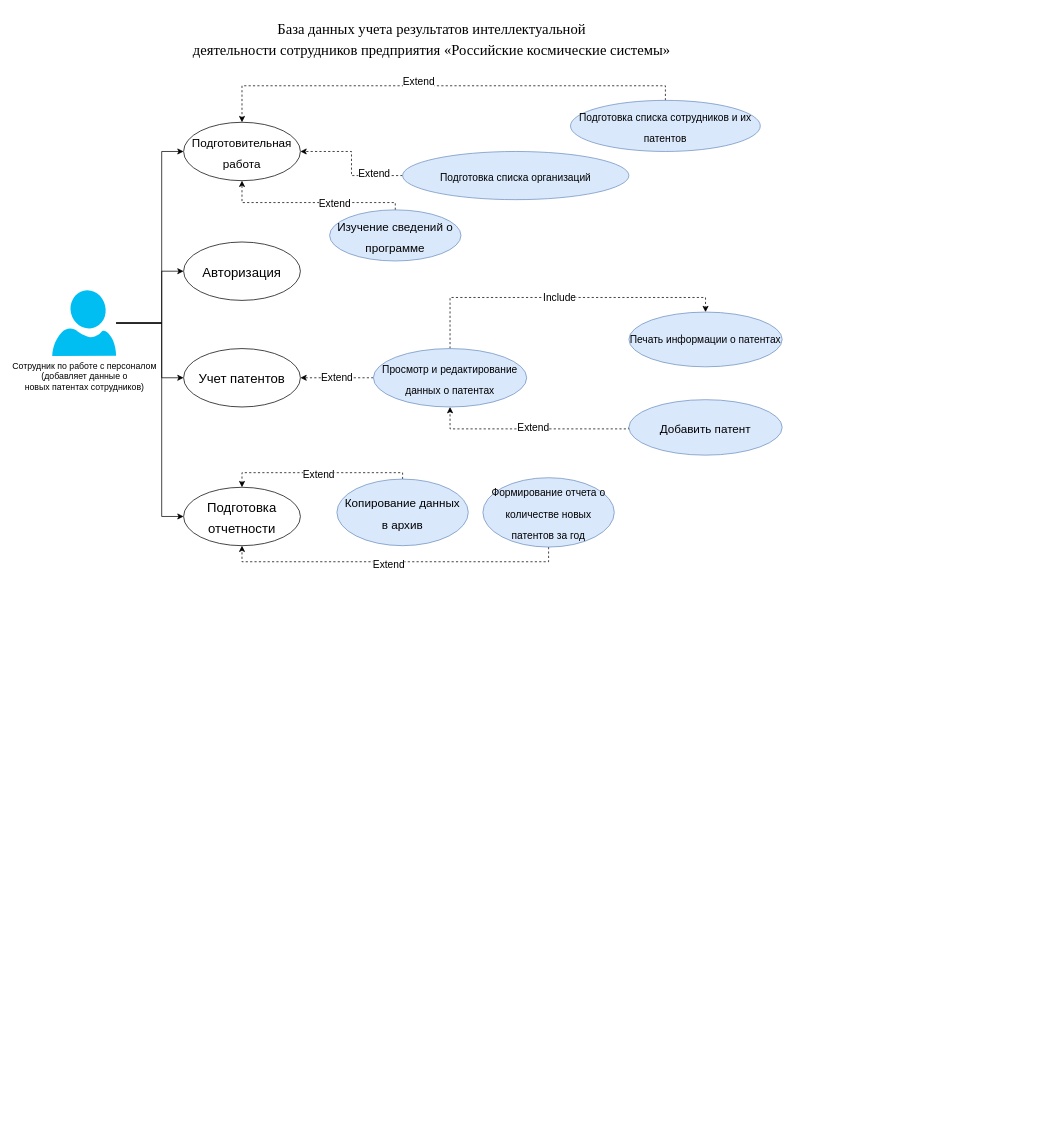
Earlier version of the draw.io diagram BD_Lab2-2.drawio (lexa-pnz/BD_Scheme). Source tidied: cells renumbered, new cells numbered last; positions are measured from the earlier drawing's top-left corner, leaving out a move shared by most shapes. Both pictures are drawn from the tidied source at 73%, with x=0, y=0 at pixel (52, 12).
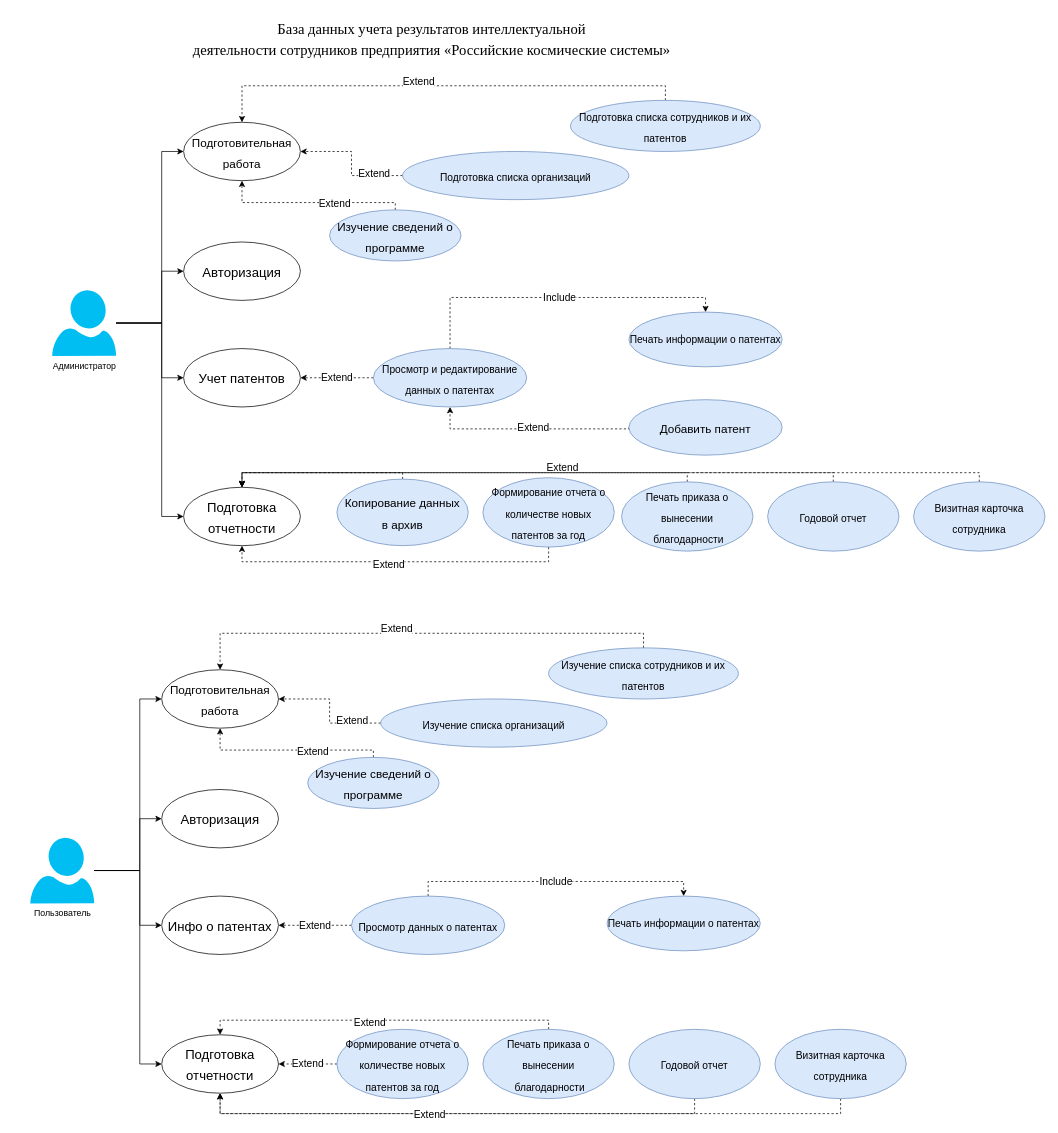
Above is the later version.

Unchanged cells that the change refers to:
```xml
<mxCell id="9" value="&lt;font style=&quot;font-size: 18px&quot;&gt;Подготовка отчетности&lt;/font&gt;" style="ellipse;whiteSpace=wrap;html=1;fontSize=24;" parent="1" vertex="1">
  <mxGeometry x="180" y="650" width="160" height="80" as="geometry" />
</mxCell>
<mxCell id="22" value="&lt;span style=&quot;font-size: 16px&quot;&gt;Копирование данных &lt;br&gt;в архив&lt;/span&gt;" style="ellipse;whiteSpace=wrap;html=1;fontSize=24;fillColor=#dae8fc;strokeColor=#6c8ebf;" parent="1" vertex="1">
  <mxGeometry x="390" y="638.8" width="180" height="91.2" as="geometry" />
</mxCell>
```

Change to the diagram source:
```diff
@@
-    <mxCell id="6" value="Сотрудник по работе с персоналом&lt;br&gt;(добавляет данные о &lt;br&gt;новых патентах сотрудников)" style="verticalLabelPosition=bottom;html=1;verticalAlign=top;align=center;strokeColor=none;fillColor=#00BEF2;shape=mxgraph.azure.user;" parent="1" vertex="1">
+    <mxCell id="6" value="Администратор" style="verticalLabelPosition=bottom;html=1;verticalAlign=top;align=center;strokeColor=none;fillColor=#00BEF2;shape=mxgraph.azure.user;" parent="1" vertex="1">
       <mxGeometry y="380" width="87.5" height="90" as="geometry" />
     </mxCell>
@@
     <mxCell id="21" value="&lt;font style=&quot;font-size: 14px&quot;&gt;Extend&lt;/font&gt;" style="edgeStyle=orthogonalEdgeStyle;rounded=0;jettySize=auto;html=1;entryX=0.5;entryY=0;entryDx=0;entryDy=0;dashed=1;fontSize=24;" parent="1" edge="1" source="22" target="9">
-      <mxGeometry relative="1" as="geometry">
+      <mxGeometry x="-0.93" y="-220" relative="1" as="geometry">
         <Array as="points">
           <mxPoint x="480" y="630" />
           <mxPoint x="260" y="630" />
         </Array>
+        <mxPoint x="219" y="210" as="offset" />
       </mxGeometry>
     </mxCell>
@@
+    <mxCell id="33" style="edgeStyle=orthogonalEdgeStyle;rounded=0;jettySize=auto;html=1;entryX=0;entryY=0.5;entryDx=0;entryDy=0;fontSize=24;" parent="1" edge="1" source="37" target="38">
+      <mxGeometry relative="1" as="geometry">
+        <Array as="points">
+          <mxPoint x="120" y="1175" />
+          <mxPoint x="120" y="1104" />
+        </Array>
+      </mxGeometry>
+    </mxCell>
+    <mxCell id="34" style="edgeStyle=orthogonalEdgeStyle;rounded=0;jettySize=auto;html=1;entryX=0;entryY=0.5;entryDx=0;entryDy=0;fontSize=24;" parent="1" edge="1" source="37" target="40">
+      <mxGeometry relative="1" as="geometry">
+        <Array as="points">
+          <mxPoint x="120" y="1175" />
+          <mxPoint x="120" y="940" />
+        </Array>
+      </mxGeometry>
+    </mxCell>
+    <mxCell id="35" style="edgeStyle=orthogonalEdgeStyle;rounded=0;jettySize=auto;html=1;entryX=0;entryY=0.5;entryDx=0;entryDy=0;fontSize=24;" parent="1" edge="1" source="37" target="41">
+      <mxGeometry relative="1" as="geometry">
+        <Array as="points">
+          <mxPoint x="120" y="1175" />
+          <mxPoint x="120" y="1250" />
+        </Array>
+      </mxGeometry>
+    </mxCell>
+    <mxCell id="36" style="edgeStyle=orthogonalEdgeStyle;rounded=0;jettySize=auto;html=1;entryX=0;entryY=0.5;entryDx=0;entryDy=0;fontSize=24;" parent="1" edge="1" source="37" target="39">
+      <mxGeometry relative="1" as="geometry">
+        <Array as="points">
+          <mxPoint x="120" y="1175" />
+          <mxPoint x="120" y="1440" />
+        </Array>
+      </mxGeometry>
+    </mxCell>
+    <mxCell id="37" value="Пользователь" style="verticalLabelPosition=bottom;html=1;verticalAlign=top;align=center;strokeColor=none;fillColor=#00BEF2;shape=mxgraph.azure.user;" parent="1" vertex="1">
+      <mxGeometry x="-30" y="1130" width="87.5" height="90" as="geometry" />
+    </mxCell>
+    <mxCell id="38" value="&lt;font style=&quot;font-size: 18px&quot;&gt;Авторизация&lt;/font&gt;" style="ellipse;whiteSpace=wrap;html=1;fontSize=24;" parent="1" vertex="1">
+      <mxGeometry x="150" y="1064" width="160" height="80" as="geometry" />
+    </mxCell>
+    <mxCell id="39" value="&lt;font style=&quot;font-size: 18px&quot;&gt;Подготовка отчетности&lt;/font&gt;" style="ellipse;whiteSpace=wrap;html=1;fontSize=24;" parent="1" vertex="1">
+      <mxGeometry x="150" y="1400" width="160" height="80" as="geometry" />
+    </mxCell>
+    <mxCell id="40" value="&lt;font style=&quot;font-size: 16px&quot;&gt;Подготовительная работа&lt;/font&gt;" style="ellipse;whiteSpace=wrap;html=1;fontSize=24;" parent="1" vertex="1">
+      <mxGeometry x="150" y="900" width="160" height="80" as="geometry" />
+    </mxCell>
+    <mxCell id="41" value="&lt;font style=&quot;font-size: 18px&quot;&gt;Инфо о патентах&lt;/font&gt;" style="ellipse;whiteSpace=wrap;html=1;fontSize=24;" parent="1" vertex="1">
+      <mxGeometry x="150" y="1210" width="160" height="80" as="geometry" />
+    </mxCell>
+    <mxCell id="42" style="edgeStyle=orthogonalEdgeStyle;rounded=0;jettySize=auto;html=1;entryX=1;entryY=0.5;entryDx=0;entryDy=0;dashed=1;fontSize=24;" parent="1" edge="1" source="44" target="40">
+      <mxGeometry relative="1" as="geometry" />
+    </mxCell>
+    <mxCell id="43" value="&lt;font style=&quot;font-size: 14px&quot;&gt;Extend&lt;/font&gt;" style="edgeLabel;html=1;align=center;verticalAlign=middle;fontSize=24;" parent="42" vertex="1">
+      <mxGeometry x="-0.54" relative="1" as="geometry">
+        <mxPoint y="-7" as="offset" />
+      </mxGeometry>
+    </mxCell>
+    <mxCell id="44" value="&lt;span style=&quot;font-size: 14px&quot;&gt;Изучение списка организаций&lt;/span&gt;" style="ellipse;whiteSpace=wrap;html=1;fontSize=24;fillColor=#dae8fc;strokeColor=#6c8ebf;" parent="1" vertex="1">
+      <mxGeometry x="450" y="940" width="310" height="66" as="geometry" />
+    </mxCell>
+    <mxCell id="45" style="edgeStyle=orthogonalEdgeStyle;rounded=0;jettySize=auto;html=1;entryX=0.5;entryY=1;entryDx=0;entryDy=0;dashed=1;fontSize=24;" parent="1" edge="1" source="47" target="40">
+      <mxGeometry relative="1" as="geometry">
+        <Array as="points">
+          <mxPoint x="440" y="1010" />
+          <mxPoint x="230" y="1010" />
+        </Array>
+      </mxGeometry>
+    </mxCell>
+    <mxCell id="46" value="&lt;font style=&quot;font-size: 14px&quot;&gt;Extend&lt;/font&gt;" style="edgeLabel;html=1;align=center;verticalAlign=middle;fontSize=24;" parent="45" vertex="1">
+      <mxGeometry x="-0.25" y="-2" relative="1" as="geometry" />
+    </mxCell>
+    <mxCell id="47" value="&lt;font style=&quot;font-size: 16px&quot;&gt;Изучение сведений о программе&lt;/font&gt;" style="ellipse;whiteSpace=wrap;html=1;fontSize=24;fillColor=#dae8fc;strokeColor=#6c8ebf;" parent="1" vertex="1">
+      <mxGeometry x="350" y="1020" width="180" height="70" as="geometry" />
+    </mxCell>
+    <mxCell id="48" style="edgeStyle=orthogonalEdgeStyle;rounded=0;jettySize=auto;html=1;entryX=0.5;entryY=0;entryDx=0;entryDy=0;dashed=1;fontSize=24;" parent="1" edge="1" source="50" target="40">
+      <mxGeometry relative="1" as="geometry">
+        <Array as="points">
+          <mxPoint x="810" y="850" />
+          <mxPoint x="230" y="850" />
+        </Array>
+      </mxGeometry>
+    </mxCell>
+    <mxCell id="49" value="&lt;font style=&quot;font-size: 14px&quot;&gt;Extend&lt;/font&gt;" style="edgeLabel;html=1;align=center;verticalAlign=middle;fontSize=24;" parent="48" vertex="1">
+      <mxGeometry x="0.12" y="3" relative="1" as="geometry">
+        <mxPoint x="5" y="-13" as="offset" />
+      </mxGeometry>
+    </mxCell>
+    <mxCell id="50" value="&lt;font style=&quot;font-size: 14px&quot;&gt;Изучение списка сотрудников и их патентов&lt;/font&gt;" style="ellipse;whiteSpace=wrap;html=1;fontSize=24;fillColor=#dae8fc;strokeColor=#6c8ebf;" parent="1" vertex="1">
+      <mxGeometry x="680" y="870" width="260" height="70" as="geometry" />
+    </mxCell>
+    <mxCell id="51" value="&lt;font style=&quot;font-size: 14px&quot;&gt;Extend&lt;/font&gt;" style="edgeStyle=orthogonalEdgeStyle;rounded=0;jettySize=auto;html=1;entryX=1;entryY=0.5;entryDx=0;entryDy=0;dashed=1;" parent="1" edge="1" source="52" target="39">
+      <mxGeometry relative="1" as="geometry" />
+    </mxCell>
+    <mxCell id="52" value="&lt;font style=&quot;font-size: 14px&quot;&gt;Формирование отчета о количестве новых патентов за год&lt;/font&gt;" style="ellipse;whiteSpace=wrap;html=1;fontSize=24;fillColor=#dae8fc;strokeColor=#6c8ebf;" parent="1" vertex="1">
+      <mxGeometry x="390" y="1392.5" width="180" height="95" as="geometry" />
+    </mxCell>
+    <mxCell id="53" value="&lt;font style=&quot;font-size: 14px&quot;&gt;Include&lt;/font&gt;" style="edgeStyle=orthogonalEdgeStyle;rounded=0;jettySize=auto;html=1;entryX=0.5;entryY=0;entryDx=0;entryDy=0;dashed=1;fontSize=14;exitX=0.5;exitY=0;exitDx=0;exitDy=0;" parent="1" edge="1" source="56" target="54">
+      <mxGeometry relative="1" as="geometry">
+        <Array as="points">
+          <mxPoint x="515" y="1190" />
+          <mxPoint x="865" y="1190" />
+        </Array>
+      </mxGeometry>
+    </mxCell>
+    <mxCell id="54" value="&lt;font style=&quot;font-size: 14px&quot;&gt;Печать информации о патентах&lt;/font&gt;" style="ellipse;whiteSpace=wrap;html=1;fontSize=14;fillColor=#dae8fc;strokeColor=#6c8ebf;" parent="1" vertex="1">
+      <mxGeometry x="760" y="1210" width="210" height="75" as="geometry" />
+    </mxCell>
+    <mxCell id="55" value="&lt;font style=&quot;font-size: 14px&quot;&gt;Extend&lt;/font&gt;" style="edgeStyle=orthogonalEdgeStyle;rounded=0;jettySize=auto;html=1;dashed=1;" parent="1" edge="1" source="56" target="41">
+      <mxGeometry relative="1" as="geometry" />
+    </mxCell>
+    <mxCell id="56" value="&lt;font style=&quot;font-size: 14px&quot;&gt;Просмотр данных о патентах&lt;/font&gt;" style="ellipse;whiteSpace=wrap;html=1;fontSize=24;fillColor=#dae8fc;strokeColor=#6c8ebf;" parent="1" vertex="1">
+      <mxGeometry x="410" y="1210" width="210" height="80" as="geometry" />
+    </mxCell>
+    <mxCell id="57" style="edgeStyle=orthogonalEdgeStyle;rounded=0;jettySize=auto;html=1;entryX=0.5;entryY=0;entryDx=0;entryDy=0;dashed=1;" parent="1" edge="1" source="59" target="39">
+      <mxGeometry relative="1" as="geometry">
+        <Array as="points">
+          <mxPoint x="680" y="1380" />
+          <mxPoint x="230" y="1380" />
+        </Array>
+      </mxGeometry>
+    </mxCell>
+    <mxCell id="58" value="&lt;font style=&quot;font-size: 14px&quot;&gt;Extend&lt;/font&gt;" style="edgeLabel;html=1;align=center;verticalAlign=middle;" parent="57" vertex="1">
+      <mxGeometry x="0.07" y="3" relative="1" as="geometry" />
+    </mxCell>
+    <mxCell id="59" value="&lt;span style=&quot;font-size: 14px&quot;&gt;Печать приказа о вынесении&lt;br&gt;&amp;nbsp;благодарности&lt;/span&gt;" style="ellipse;whiteSpace=wrap;html=1;fontSize=24;fillColor=#dae8fc;strokeColor=#6c8ebf;" parent="1" vertex="1">
+      <mxGeometry x="590" y="1392.5" width="180" height="95" as="geometry" />
+    </mxCell>
+    <mxCell id="60" style="edgeStyle=orthogonalEdgeStyle;rounded=0;jettySize=auto;html=1;entryX=0.5;entryY=1;entryDx=0;entryDy=0;dashed=1;" parent="1" edge="1" source="61" target="39">
+      <mxGeometry relative="1" as="geometry">
+        <Array as="points">
+          <mxPoint x="880" y="1508" />
+          <mxPoint x="230" y="1508" />
+        </Array>
+      </mxGeometry>
+    </mxCell>
+    <mxCell id="61" value="&lt;span style=&quot;font-size: 14px&quot;&gt;Годовой отчет&lt;/span&gt;" style="ellipse;whiteSpace=wrap;html=1;fontSize=24;fillColor=#dae8fc;strokeColor=#6c8ebf;" parent="1" vertex="1">
+      <mxGeometry x="790" y="1392.5" width="180" height="95" as="geometry" />
+    </mxCell>
+    <mxCell id="62" style="edgeStyle=orthogonalEdgeStyle;rounded=0;jettySize=auto;html=1;entryX=0.5;entryY=1;entryDx=0;entryDy=0;dashed=1;" parent="1" edge="1" source="64" target="39">
+      <mxGeometry relative="1" as="geometry">
+        <Array as="points">
+          <mxPoint x="1080" y="1508" />
+          <mxPoint x="230" y="1508" />
+        </Array>
+      </mxGeometry>
+    </mxCell>
+    <mxCell id="63" value="&lt;font style=&quot;font-size: 14px&quot;&gt;Extend&lt;/font&gt;" style="edgeLabel;html=1;align=center;verticalAlign=middle;" parent="62" vertex="1">
+      <mxGeometry x="0.3" y="1" relative="1" as="geometry" />
+    </mxCell>
+    <mxCell id="64" value="&lt;span style=&quot;font-size: 14px&quot;&gt;Визитная карточка сотрудника&lt;/span&gt;" style="ellipse;whiteSpace=wrap;html=1;fontSize=24;fillColor=#dae8fc;strokeColor=#6c8ebf;" parent="1" vertex="1">
+      <mxGeometry x="990" y="1392.5" width="180" height="95" as="geometry" />
+    </mxCell>
+    <mxCell id="65" style="edgeStyle=orthogonalEdgeStyle;rounded=0;jettySize=auto;html=1;dashed=1;" parent="1" edge="1" source="66">
+      <mxGeometry relative="1" as="geometry">
+        <mxPoint x="260" y="650" as="targetPoint" />
+        <Array as="points">
+          <mxPoint x="870" y="630" />
+          <mxPoint x="260" y="630" />
+        </Array>
+      </mxGeometry>
+    </mxCell>
+    <mxCell id="66" value="&lt;span style=&quot;font-size: 14px&quot;&gt;Печать приказа о вынесении&lt;br&gt;&amp;nbsp;благодарности&lt;/span&gt;" style="ellipse;whiteSpace=wrap;html=1;fontSize=24;fillColor=#dae8fc;strokeColor=#6c8ebf;" parent="1" vertex="1">
+      <mxGeometry x="780" y="642.5" width="180" height="95" as="geometry" />
+    </mxCell>
+    <mxCell id="67" style="edgeStyle=orthogonalEdgeStyle;rounded=0;jettySize=auto;html=1;entryX=0.5;entryY=0;entryDx=0;entryDy=0;dashed=1;" parent="1" edge="1" source="68" target="9">
+      <mxGeometry relative="1" as="geometry">
+        <Array as="points">
+          <mxPoint x="1070" y="630" />
+          <mxPoint x="260" y="630" />
+        </Array>
+      </mxGeometry>
+    </mxCell>
+    <mxCell id="68" value="&lt;span style=&quot;font-size: 14px&quot;&gt;Годовой отчет&lt;/span&gt;" style="ellipse;whiteSpace=wrap;html=1;fontSize=24;fillColor=#dae8fc;strokeColor=#6c8ebf;" parent="1" vertex="1">
+      <mxGeometry x="980" y="642.5" width="180" height="95" as="geometry" />
+    </mxCell>
+    <mxCell id="69" style="edgeStyle=orthogonalEdgeStyle;rounded=0;jettySize=auto;html=1;entryX=0.5;entryY=0;entryDx=0;entryDy=0;dashed=1;" parent="1" edge="1" source="70" target="9">
+      <mxGeometry relative="1" as="geometry">
+        <Array as="points">
+          <mxPoint x="1270" y="630" />
+          <mxPoint x="260" y="630" />
+        </Array>
+      </mxGeometry>
+    </mxCell>
+    <mxCell id="70" value="&lt;span style=&quot;font-size: 14px&quot;&gt;Визитная карточка сотрудника&lt;/span&gt;" style="ellipse;whiteSpace=wrap;html=1;fontSize=24;fillColor=#dae8fc;strokeColor=#6c8ebf;" parent="1" vertex="1">
+      <mxGeometry x="1180" y="642.5" width="180" height="95" as="geometry" />
+    </mxCell>
```
